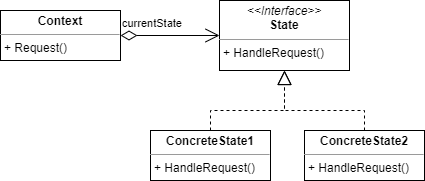
Above: Diagrams/Behavioral Patterns/State.png in JoanStinson/UnityDesignPatternsReference (draw.io), before the change. Source tidied: cells renumbered, new cells last; positions are measured from the earlier drawing's top-left corner, leaving out a move shared by most shapes. Source of this version:
```xml
<mxGraphModel>
  <root>
    <mxCell id="0" />
    <mxCell id="1" parent="0" />
    <mxCell id="2" value="&lt;p style=&quot;margin: 0px ; margin-top: 4px ; text-align: center&quot;&gt;&lt;i&gt;&amp;lt;&amp;lt;Interface&amp;gt;&amp;gt;&lt;/i&gt;&lt;br&gt;&lt;b&gt;State&lt;/b&gt;&lt;/p&gt;&lt;hr size=&quot;1&quot;&gt;&lt;p style=&quot;margin: 0px ; margin-left: 4px&quot;&gt;+ HandleRequest()&lt;/p&gt;" style="verticalAlign=top;align=left;overflow=fill;fontSize=12;fontFamily=Helvetica;html=1;" parent="1" vertex="1">
      <mxGeometry x="219" width="130" height="70" as="geometry" />
    </mxCell>
    <mxCell id="3" value="&lt;p style=&quot;margin: 0px ; margin-top: 4px ; text-align: center&quot;&gt;&lt;b&gt;ConcreteState1&lt;/b&gt;&lt;/p&gt;&lt;hr size=&quot;1&quot;&gt;&lt;p style=&quot;margin: 0px ; margin-left: 4px&quot;&gt;+ HandleRequest()&lt;/p&gt;" style="verticalAlign=top;align=left;overflow=fill;fontSize=12;fontFamily=Helvetica;html=1;" parent="1" vertex="1">
      <mxGeometry x="150" y="130" width="120" height="50" as="geometry" />
    </mxCell>
    <mxCell id="4" value="&lt;p style=&quot;margin: 0px ; margin-top: 4px ; text-align: center&quot;&gt;&lt;b&gt;ConcreteState2&lt;/b&gt;&lt;/p&gt;&lt;hr size=&quot;1&quot;&gt;&lt;p style=&quot;margin: 0px ; margin-left: 4px&quot;&gt;+ HandleRequest()&lt;/p&gt;" style="verticalAlign=top;align=left;overflow=fill;fontSize=12;fontFamily=Helvetica;html=1;" parent="1" vertex="1">
      <mxGeometry x="304" y="130" width="120" height="50" as="geometry" />
    </mxCell>
    <mxCell id="5" value="&lt;p style=&quot;margin: 0px ; margin-top: 4px ; text-align: center&quot;&gt;&lt;b&gt;Context&lt;/b&gt;&lt;/p&gt;&lt;hr size=&quot;1&quot;&gt;&lt;p style=&quot;margin: 0px ; margin-left: 4px&quot;&gt;+ Request()&lt;/p&gt;" style="verticalAlign=top;align=left;overflow=fill;fontSize=12;fontFamily=Helvetica;html=1;" parent="1" vertex="1">
      <mxGeometry y="10" width="120" height="50" as="geometry" />
    </mxCell>
    <mxCell id="6" value="currentState" style="endArrow=open;html=1;endSize=12;startArrow=diamondThin;startSize=14;startFill=0;edgeStyle=orthogonalEdgeStyle;align=left;verticalAlign=bottom;rounded=0;" parent="1" edge="1" source="5" target="2">
      <mxGeometry x="-1" y="3" relative="1" as="geometry" />
    </mxCell>
    <mxCell id="7" style="endArrow=block;dashed=1;endFill=0;endSize=12;html=1;rounded=0;exitX=0.5;exitY=0;exitDx=0;exitDy=0;" parent="1" edge="1" source="3" target="2">
      <mxGeometry relative="1" as="geometry">
        <Array as="points">
          <mxPoint x="210" y="110" />
          <mxPoint x="284" y="110" />
        </Array>
      </mxGeometry>
    </mxCell>
    <mxCell id="8" style="endArrow=block;dashed=1;endFill=0;endSize=12;html=1;rounded=0;" parent="1" edge="1" source="4" target="2">
      <mxGeometry relative="1" as="geometry">
        <Array as="points">
          <mxPoint x="364" y="110" />
          <mxPoint x="284" y="110" />
        </Array>
      </mxGeometry>
    </mxCell>
  </root>
</mxGraphModel>
```
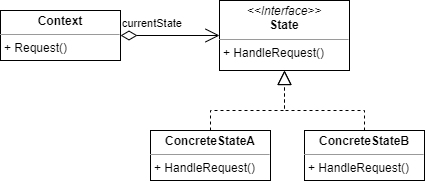
After the commit.

The edit, as a diff of the source:
```diff
@@ -5,10 +5,10 @@
     <mxCell id="2" value="&lt;p style=&quot;margin: 0px ; margin-top: 4px ; text-align: center&quot;&gt;&lt;i&gt;&amp;lt;&amp;lt;Interface&amp;gt;&amp;gt;&lt;/i&gt;&lt;br&gt;&lt;b&gt;State&lt;/b&gt;&lt;/p&gt;&lt;hr size=&quot;1&quot;&gt;&lt;p style=&quot;margin: 0px ; margin-left: 4px&quot;&gt;+ HandleRequest()&lt;/p&gt;" style="verticalAlign=top;align=left;overflow=fill;fontSize=12;fontFamily=Helvetica;html=1;" parent="1" vertex="1">
       <mxGeometry x="219" width="130" height="70" as="geometry" />
     </mxCell>
-    <mxCell id="3" value="&lt;p style=&quot;margin: 0px ; margin-top: 4px ; text-align: center&quot;&gt;&lt;b&gt;ConcreteState1&lt;/b&gt;&lt;/p&gt;&lt;hr size=&quot;1&quot;&gt;&lt;p style=&quot;margin: 0px ; margin-left: 4px&quot;&gt;+ HandleRequest()&lt;/p&gt;" style="verticalAlign=top;align=left;overflow=fill;fontSize=12;fontFamily=Helvetica;html=1;" parent="1" vertex="1">
+    <mxCell id="3" value="&lt;p style=&quot;margin: 0px ; margin-top: 4px ; text-align: center&quot;&gt;&lt;b&gt;ConcreteStateA&lt;/b&gt;&lt;/p&gt;&lt;hr size=&quot;1&quot;&gt;&lt;p style=&quot;margin: 0px ; margin-left: 4px&quot;&gt;+ HandleRequest()&lt;/p&gt;" style="verticalAlign=top;align=left;overflow=fill;fontSize=12;fontFamily=Helvetica;html=1;" parent="1" vertex="1">
       <mxGeometry x="150" y="130" width="120" height="50" as="geometry" />
     </mxCell>
-    <mxCell id="4" value="&lt;p style=&quot;margin: 0px ; margin-top: 4px ; text-align: center&quot;&gt;&lt;b&gt;ConcreteState2&lt;/b&gt;&lt;/p&gt;&lt;hr size=&quot;1&quot;&gt;&lt;p style=&quot;margin: 0px ; margin-left: 4px&quot;&gt;+ HandleRequest()&lt;/p&gt;" style="verticalAlign=top;align=left;overflow=fill;fontSize=12;fontFamily=Helvetica;html=1;" parent="1" vertex="1">
+    <mxCell id="4" value="&lt;p style=&quot;margin: 0px ; margin-top: 4px ; text-align: center&quot;&gt;&lt;b&gt;ConcreteStateB&lt;/b&gt;&lt;/p&gt;&lt;hr size=&quot;1&quot;&gt;&lt;p style=&quot;margin: 0px ; margin-left: 4px&quot;&gt;+ HandleRequest()&lt;/p&gt;" style="verticalAlign=top;align=left;overflow=fill;fontSize=12;fontFamily=Helvetica;html=1;" parent="1" vertex="1">
       <mxGeometry x="304" y="130" width="120" height="50" as="geometry" />
     </mxCell>
     <mxCell id="5" value="&lt;p style=&quot;margin: 0px ; margin-top: 4px ; text-align: center&quot;&gt;&lt;b&gt;Context&lt;/b&gt;&lt;/p&gt;&lt;hr size=&quot;1&quot;&gt;&lt;p style=&quot;margin: 0px ; margin-left: 4px&quot;&gt;+ Request()&lt;/p&gt;" style="verticalAlign=top;align=left;overflow=fill;fontSize=12;fontFamily=Helvetica;html=1;" parent="1" vertex="1">
```
